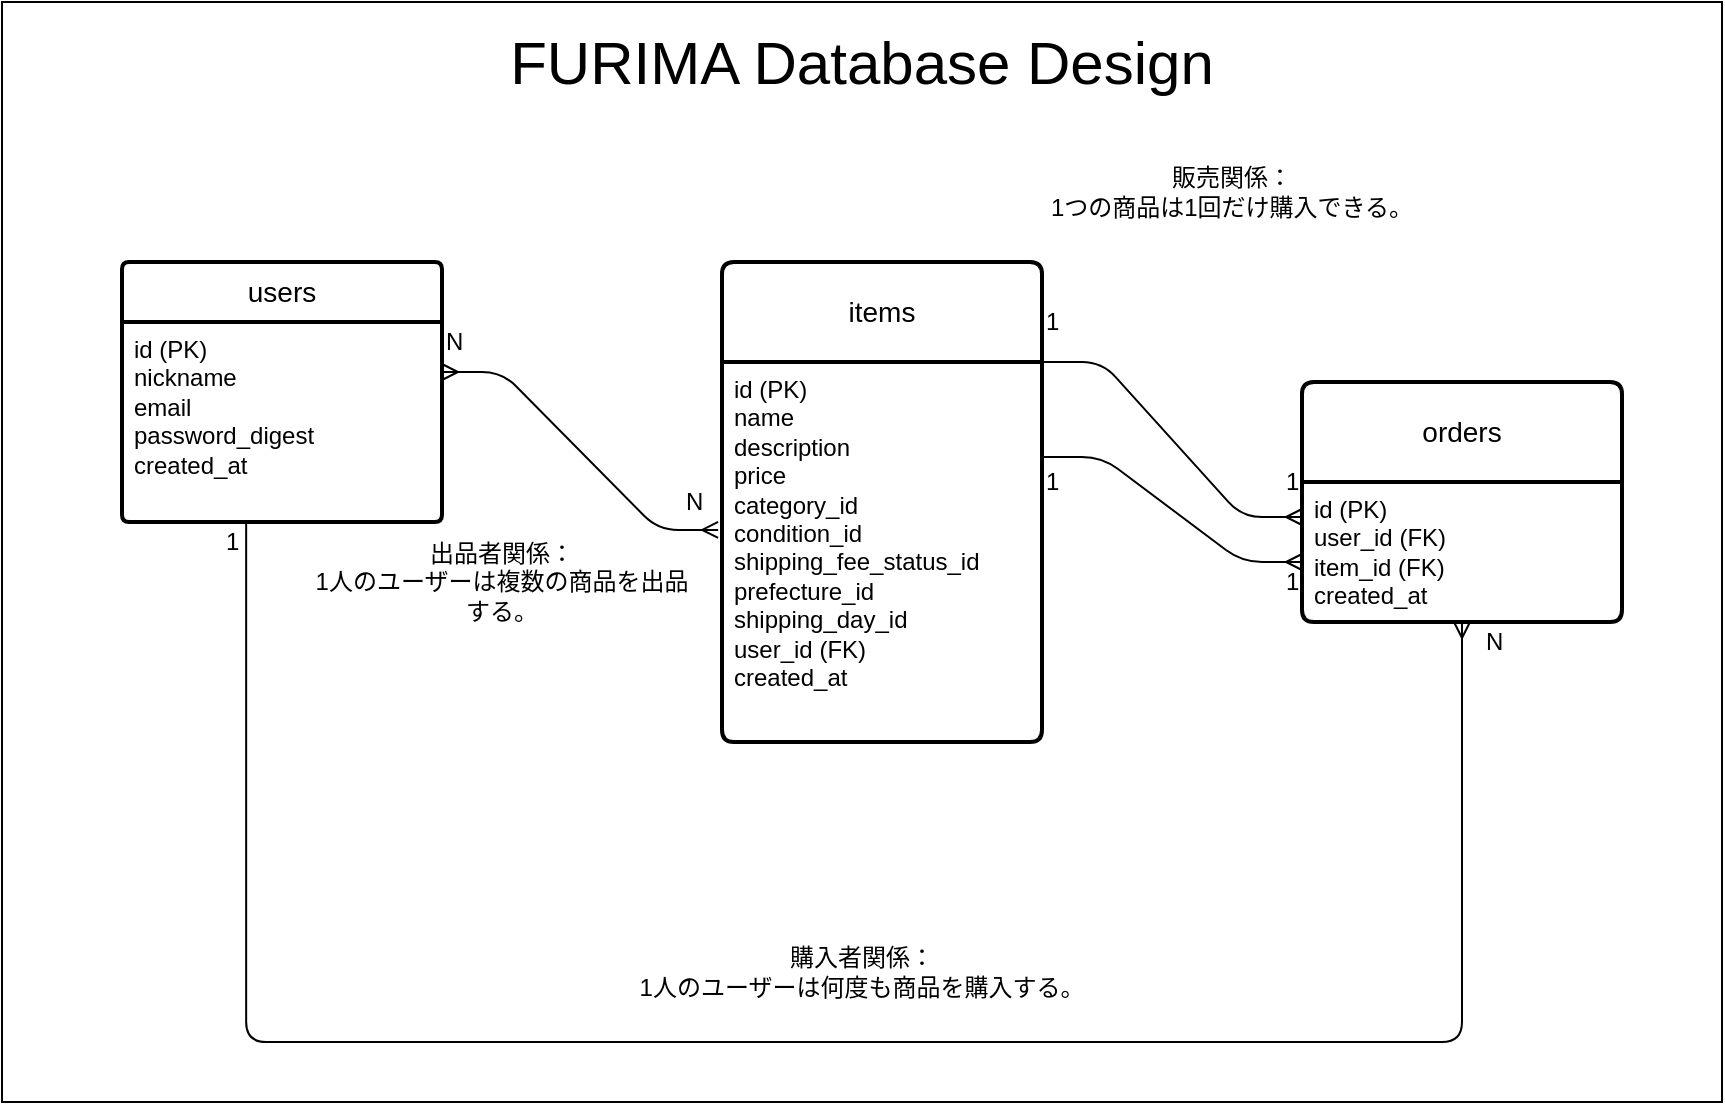
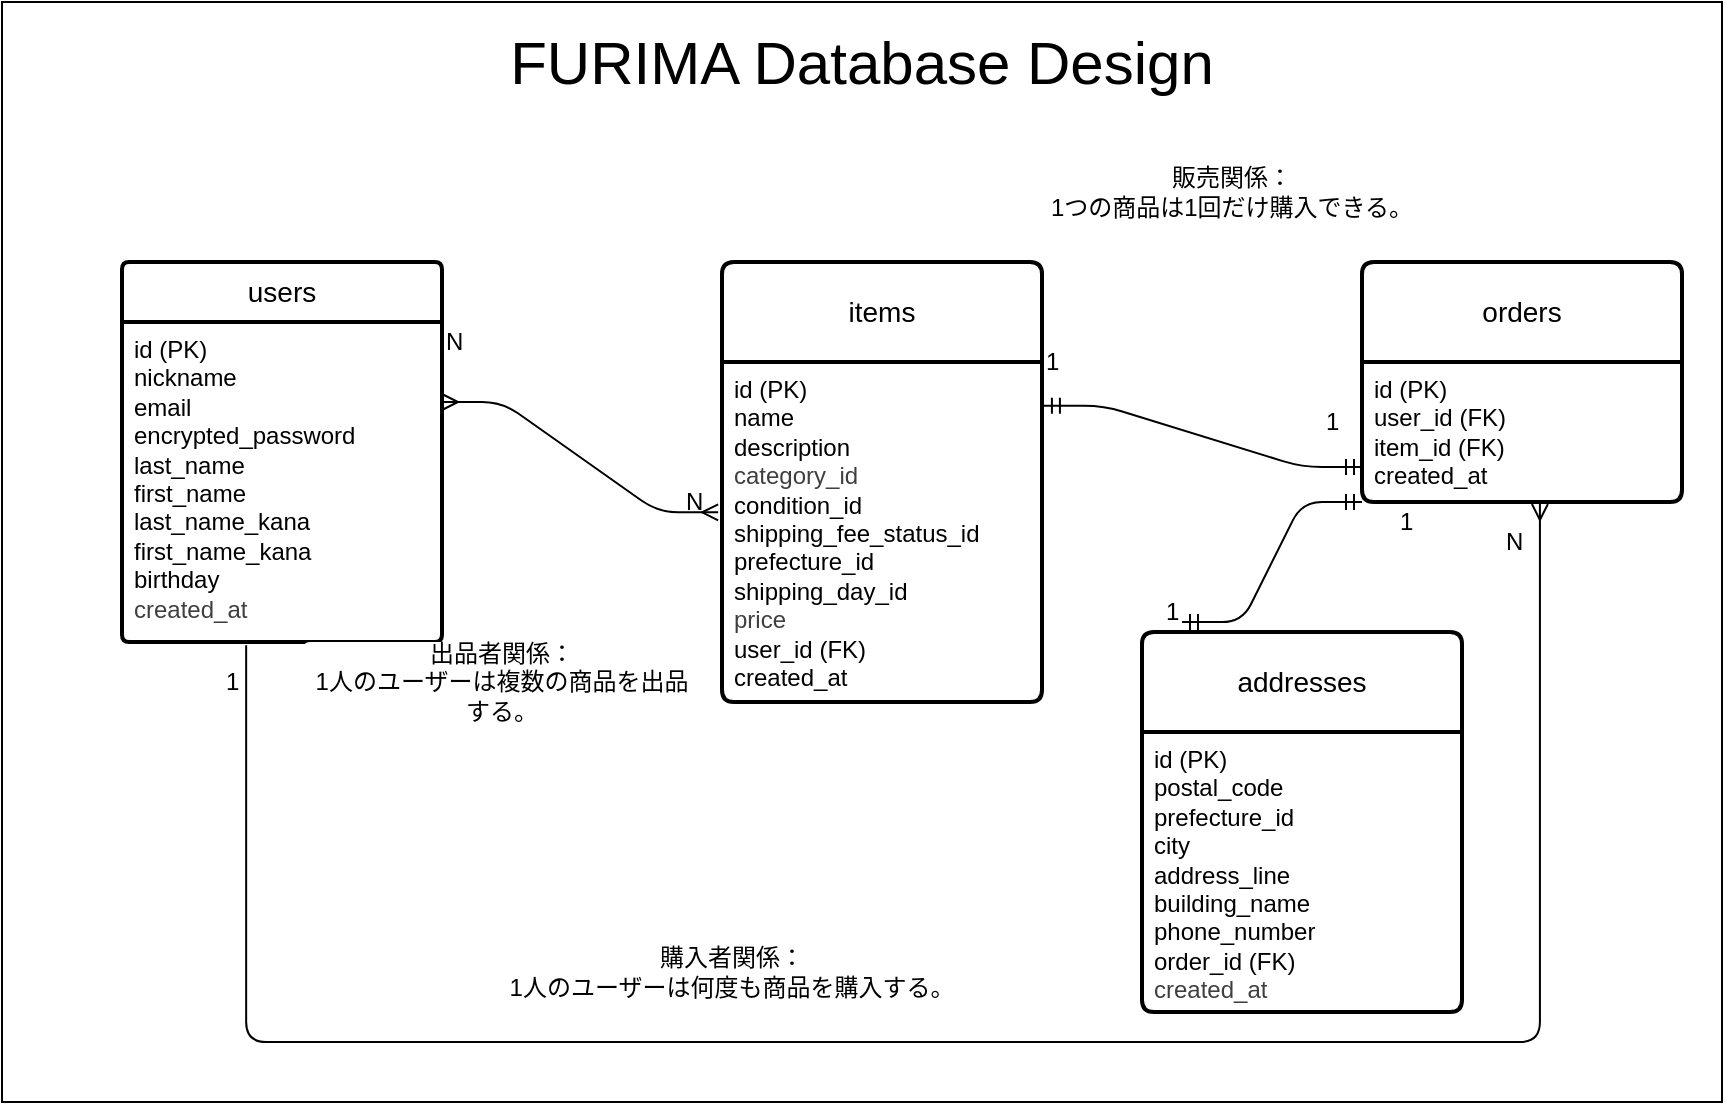
<mxfile host="65bd71144e">
    <diagram id="xqe5bBrrlkphKSAcc-Df" name="페이지-1">
-         <mxGraphModel dx="1147" dy="714" grid="1" gridSize="10" guides="1" tooltips="1" connect="1" arrows="1" fold="1" page="1" pageScale="1" pageWidth="827" pageHeight="1169" math="0" shadow="0">
+         <mxGraphModel dx="575" dy="547" grid="1" gridSize="10" guides="1" tooltips="1" connect="1" arrows="1" fold="1" page="1" pageScale="1" pageWidth="827" pageHeight="1169" math="0" shadow="0">
            <root>
                <mxCell id="0"/>
                <mxCell id="1" parent="0"/>
-                 <mxCell id="41" value="&lt;font style=&quot;font-size: 30px;&quot;&gt;FURIMA Database Design&lt;/font&gt;&lt;div&gt;&lt;br&gt;&lt;/div&gt;&lt;div&gt;&lt;br&gt;&lt;/div&gt;&lt;div&gt;&lt;br&gt;&lt;/div&gt;&lt;div&gt;&lt;br&gt;&lt;/div&gt;&lt;div&gt;&lt;br&gt;&lt;/div&gt;&lt;div&gt;&lt;br&gt;&lt;/div&gt;&lt;div&gt;&lt;br&gt;&lt;/div&gt;&lt;div&gt;&lt;br&gt;&lt;/div&gt;&lt;div&gt;&lt;br&gt;&lt;/div&gt;&lt;div&gt;&lt;br&gt;&lt;/div&gt;&lt;div&gt;&lt;br&gt;&lt;/div&gt;&lt;div&gt;&lt;br&gt;&lt;/div&gt;&lt;div&gt;&lt;br&gt;&lt;/div&gt;&lt;div&gt;&lt;br&gt;&lt;/div&gt;&lt;div&gt;&lt;br&gt;&lt;/div&gt;&lt;div&gt;&lt;br&gt;&lt;/div&gt;&lt;div&gt;&lt;br&gt;&lt;/div&gt;&lt;div&gt;&lt;br&gt;&lt;/div&gt;&lt;div&gt;&lt;br&gt;&lt;/div&gt;&lt;div&gt;&lt;br&gt;&lt;/div&gt;&lt;div&gt;&lt;br&gt;&lt;/div&gt;&lt;div&gt;&lt;br&gt;&lt;/div&gt;&lt;div&gt;&lt;br&gt;&lt;/div&gt;&lt;div&gt;&lt;br&gt;&lt;/div&gt;&lt;div&gt;&lt;br&gt;&lt;/div&gt;&lt;div&gt;&lt;br&gt;&lt;/div&gt;&lt;div&gt;&lt;br&gt;&lt;/div&gt;&lt;div&gt;&lt;br&gt;&lt;/div&gt;&lt;div&gt;&lt;br&gt;&lt;/div&gt;&lt;div&gt;&lt;br&gt;&lt;/div&gt;&lt;div&gt;&lt;br&gt;&lt;/div&gt;&lt;div&gt;&lt;br&gt;&lt;/div&gt;&lt;div&gt;&lt;br&gt;&lt;/div&gt;&lt;div&gt;&lt;br&gt;&lt;/div&gt;" style="whiteSpace=wrap;html=1;align=center;" vertex="1" parent="1">
+                 <mxCell id="41" value="&lt;font style=&quot;font-size: 30px;&quot;&gt;FURIMA Database Design&lt;/font&gt;&lt;div&gt;&lt;br&gt;&lt;/div&gt;&lt;div&gt;&lt;br&gt;&lt;/div&gt;&lt;div&gt;&lt;br&gt;&lt;/div&gt;&lt;div&gt;&lt;br&gt;&lt;/div&gt;&lt;div&gt;&lt;br&gt;&lt;/div&gt;&lt;div&gt;&lt;br&gt;&lt;/div&gt;&lt;div&gt;&lt;br&gt;&lt;/div&gt;&lt;div&gt;&lt;br&gt;&lt;/div&gt;&lt;div&gt;&lt;br&gt;&lt;/div&gt;&lt;div&gt;&lt;br&gt;&lt;/div&gt;&lt;div&gt;&lt;br&gt;&lt;/div&gt;&lt;div&gt;&lt;br&gt;&lt;/div&gt;&lt;div&gt;&lt;br&gt;&lt;/div&gt;&lt;div&gt;&lt;br&gt;&lt;/div&gt;&lt;div&gt;&lt;br&gt;&lt;/div&gt;&lt;div&gt;&lt;br&gt;&lt;/div&gt;&lt;div&gt;&lt;br&gt;&lt;/div&gt;&lt;div&gt;&lt;br&gt;&lt;/div&gt;&lt;div&gt;&lt;br&gt;&lt;/div&gt;&lt;div&gt;&lt;br&gt;&lt;/div&gt;&lt;div&gt;&lt;br&gt;&lt;/div&gt;&lt;div&gt;&lt;br&gt;&lt;/div&gt;&lt;div&gt;&lt;br&gt;&lt;/div&gt;&lt;div&gt;&lt;br&gt;&lt;/div&gt;&lt;div&gt;&lt;br&gt;&lt;/div&gt;&lt;div&gt;&lt;br&gt;&lt;/div&gt;&lt;div&gt;&lt;br&gt;&lt;/div&gt;&lt;div&gt;&lt;br&gt;&lt;/div&gt;&lt;div&gt;&lt;br&gt;&lt;/div&gt;&lt;div&gt;&lt;br&gt;&lt;/div&gt;&lt;div&gt;&lt;br&gt;&lt;/div&gt;&lt;div&gt;&lt;br&gt;&lt;/div&gt;&lt;div&gt;&lt;br&gt;&lt;/div&gt;&lt;div&gt;&lt;br&gt;&lt;/div&gt;" style="whiteSpace=wrap;html=1;align=center;" parent="1" vertex="1">
                    <mxGeometry x="120" y="80" width="860" height="550" as="geometry"/>
                </mxCell>
-                 <mxCell id="93" value="users" style="swimlane;childLayout=stackLayout;horizontal=1;startSize=30;horizontalStack=0;rounded=1;fontSize=14;fontStyle=0;strokeWidth=2;resizeParent=0;resizeLast=1;shadow=0;dashed=0;align=center;arcSize=4;whiteSpace=wrap;html=1;" vertex="1" parent="1">
-                     <mxGeometry x="180" y="210" width="160" height="130" as="geometry">
+                 <mxCell id="93" value="users" style="swimlane;childLayout=stackLayout;horizontal=1;startSize=30;horizontalStack=0;rounded=1;fontSize=14;fontStyle=0;strokeWidth=2;resizeParent=0;resizeLast=1;shadow=0;dashed=0;align=center;arcSize=4;whiteSpace=wrap;html=1;" parent="1" vertex="1">
+                     <mxGeometry x="180" y="210" width="160" height="190" as="geometry">
                        <mxRectangle x="180" y="210" width="70" height="30" as="alternateBounds"/>
                    </mxGeometry>
                </mxCell>
-                 <mxCell id="94" value="id (PK)&lt;div&gt;nickname&lt;/div&gt;&lt;div&gt;email&lt;/div&gt;&lt;div&gt;password_digest&lt;/div&gt;&lt;div&gt;created_at&lt;/div&gt;" style="align=left;strokeColor=none;fillColor=none;spacingLeft=4;fontSize=12;verticalAlign=top;resizable=0;rotatable=0;part=1;html=1;" vertex="1" parent="93">
-                     <mxGeometry y="30" width="160" height="100" as="geometry"/>
+                 <mxCell id="94" value="id (PK)&lt;div&gt;nickname&lt;/div&gt;&lt;div&gt;email&lt;/div&gt;&lt;div&gt;encrypted_password&lt;/div&gt;&lt;div&gt;last_name&lt;/div&gt;&lt;div&gt;first_name&lt;/div&gt;&lt;div&gt;last_name_kana&lt;/div&gt;&lt;div&gt;first_name_kana&lt;/div&gt;&lt;div&gt;birthday&lt;/div&gt;&lt;div&gt;&lt;span style=&quot;color: rgb(63, 63, 63);&quot;&gt;created_at&lt;/span&gt;&lt;/div&gt;" style="align=left;strokeColor=none;fillColor=none;spacingLeft=4;fontSize=12;verticalAlign=top;resizable=0;rotatable=0;part=1;html=1;" parent="93" vertex="1">
+                     <mxGeometry y="30" width="160" height="160" as="geometry"/>
                </mxCell>
-                 <mxCell id="95" value="items" style="swimlane;childLayout=stackLayout;horizontal=1;startSize=50;horizontalStack=0;rounded=1;fontSize=14;fontStyle=0;strokeWidth=2;resizeParent=0;resizeLast=1;shadow=0;dashed=0;align=center;arcSize=4;whiteSpace=wrap;html=1;" vertex="1" parent="1">
-                     <mxGeometry x="480" y="210" width="160" height="240" as="geometry"/>
+                 <mxCell id="95" value="items" style="swimlane;childLayout=stackLayout;horizontal=1;startSize=50;horizontalStack=0;rounded=1;fontSize=14;fontStyle=0;strokeWidth=2;resizeParent=0;resizeLast=1;shadow=0;dashed=0;align=center;arcSize=4;whiteSpace=wrap;html=1;" parent="1" vertex="1">
+                     <mxGeometry x="480" y="210" width="160" height="220" as="geometry"/>
                </mxCell>
-                 <mxCell id="96" value="id (PK)&lt;div&gt;name&lt;/div&gt;&lt;div&gt;description&lt;/div&gt;&lt;div&gt;price&lt;/div&gt;&lt;div&gt;category_id&lt;/div&gt;&lt;div&gt;condition_id&lt;/div&gt;&lt;div&gt;shipping_fee_status_id&lt;/div&gt;&lt;div&gt;prefecture_id&lt;/div&gt;&lt;div&gt;shipping_day_id&lt;/div&gt;&lt;div&gt;user_id (FK)&lt;/div&gt;&lt;div&gt;created_at&lt;/div&gt;" style="align=left;strokeColor=none;fillColor=none;spacingLeft=4;fontSize=12;verticalAlign=top;resizable=0;rotatable=0;part=1;html=1;" vertex="1" parent="95">
-                     <mxGeometry y="50" width="160" height="190" as="geometry"/>
+                 <mxCell id="96" value="id (PK)&lt;div&gt;name&lt;/div&gt;&lt;div&gt;description&lt;/div&gt;&lt;div&gt;&lt;span style=&quot;color: rgb(63, 63, 63); background-color: transparent;&quot;&gt;category_id&lt;/span&gt;&lt;/div&gt;&lt;div&gt;condition_id&lt;/div&gt;&lt;div&gt;shipping_fee_status_id&lt;/div&gt;&lt;div&gt;prefecture_id&lt;/div&gt;&lt;div&gt;shipping_day_id&lt;/div&gt;&lt;div&gt;&lt;div style=&quot;color: rgb(63, 63, 63); scrollbar-color: rgb(226, 226, 226) rgb(251, 251, 251);&quot;&gt;price&lt;/div&gt;&lt;/div&gt;&lt;div&gt;user_id (FK)&lt;/div&gt;&lt;div&gt;created_at&lt;/div&gt;" style="align=left;strokeColor=none;fillColor=none;spacingLeft=4;fontSize=12;verticalAlign=top;resizable=0;rotatable=0;part=1;html=1;" parent="95" vertex="1">
+                     <mxGeometry y="50" width="160" height="170" as="geometry"/>
                </mxCell>
-                 <mxCell id="101" value="orders" style="swimlane;childLayout=stackLayout;horizontal=1;startSize=50;horizontalStack=0;rounded=1;fontSize=14;fontStyle=0;strokeWidth=2;resizeParent=0;resizeLast=1;shadow=0;dashed=0;align=center;arcSize=4;whiteSpace=wrap;html=1;" vertex="1" parent="1">
-                     <mxGeometry x="770" y="270" width="160" height="120" as="geometry"/>
+                 <mxCell id="101" value="orders" style="swimlane;childLayout=stackLayout;horizontal=1;startSize=50;horizontalStack=0;rounded=1;fontSize=14;fontStyle=0;strokeWidth=2;resizeParent=0;resizeLast=1;shadow=0;dashed=0;align=center;arcSize=4;whiteSpace=wrap;html=1;" parent="1" vertex="1">
+                     <mxGeometry x="800" y="210" width="160" height="120" as="geometry"/>
                </mxCell>
-                 <mxCell id="102" value="id (PK)&lt;div&gt;user_id (FK)&lt;br&gt;item_id (FK)&lt;br&gt;created_at&lt;/div&gt;" style="align=left;strokeColor=none;fillColor=none;spacingLeft=4;fontSize=12;verticalAlign=top;resizable=0;rotatable=0;part=1;html=1;" vertex="1" parent="101">
+                 <mxCell id="102" value="id (PK)&lt;div&gt;user_id (FK)&lt;br&gt;item_id (FK)&lt;br&gt;created_at&lt;/div&gt;" style="align=left;strokeColor=none;fillColor=none;spacingLeft=4;fontSize=12;verticalAlign=top;resizable=0;rotatable=0;part=1;html=1;" parent="101" vertex="1">
                    <mxGeometry y="50" width="160" height="70" as="geometry"/>
                </mxCell>
-                 <mxCell id="104" value="" style="edgeStyle=entityRelationEdgeStyle;fontSize=12;html=1;endArrow=ERmany;entryX=0;entryY=0.25;entryDx=0;entryDy=0;exitX=1;exitY=0;exitDx=0;exitDy=0;" edge="1" parent="1" source="96" target="102">
-                     <mxGeometry width="100" height="100" relative="1" as="geometry">
-                         <mxPoint x="460" y="370" as="sourcePoint"/>
-                         <mxPoint x="560" y="270" as="targetPoint"/>
-                     </mxGeometry>
-                 </mxCell>
-                 <mxCell id="106" value="" style="edgeStyle=entityRelationEdgeStyle;fontSize=12;html=1;endArrow=ERmany;entryX=0;entryY=0.75;entryDx=0;entryDy=0;exitX=1;exitY=0.25;exitDx=0;exitDy=0;" edge="1" parent="1" source="96" target="101">
-                     <mxGeometry width="100" height="100" relative="1" as="geometry">
-                         <mxPoint x="460" y="370" as="sourcePoint"/>
-                         <mxPoint x="560" y="270" as="targetPoint"/>
-                     </mxGeometry>
-                 </mxCell>
-                 <mxCell id="108" value="" style="edgeStyle=entityRelationEdgeStyle;fontSize=12;html=1;endArrow=ERmany;startArrow=ERmany;exitX=1;exitY=0.25;exitDx=0;exitDy=0;entryX=-0.012;entryY=0.442;entryDx=0;entryDy=0;entryPerimeter=0;" edge="1" parent="1" source="94" target="96">
+                 <mxCell id="108" value="" style="edgeStyle=entityRelationEdgeStyle;fontSize=12;html=1;endArrow=ERmany;startArrow=ERmany;exitX=1;exitY=0.25;exitDx=0;exitDy=0;entryX=-0.012;entryY=0.442;entryDx=0;entryDy=0;entryPerimeter=0;" parent="1" source="94" target="96" edge="1">
                    <mxGeometry width="100" height="100" relative="1" as="geometry">
                        <mxPoint x="460" y="490" as="sourcePoint"/>
                        <mxPoint x="482" y="290" as="targetPoint"/>
                    </mxGeometry>
                </mxCell>
-                 <mxCell id="115" value="" style="edgeStyle=elbowEdgeStyle;fontSize=12;html=1;endArrow=ERmany;movable=1;resizable=1;rotatable=1;deletable=1;editable=1;locked=0;connectable=1;elbow=vertical;entryX=0.5;entryY=1;entryDx=0;entryDy=0;exitX=0.388;exitY=1.01;exitDx=0;exitDy=0;exitPerimeter=0;" edge="1" parent="1" source="94" target="102">
+                 <mxCell id="115" value="" style="edgeStyle=elbowEdgeStyle;fontSize=12;html=1;endArrow=ERmany;movable=1;resizable=1;rotatable=1;deletable=1;editable=1;locked=0;connectable=1;elbow=vertical;entryX=0.556;entryY=1.014;entryDx=0;entryDy=0;exitX=0.388;exitY=1.01;exitDx=0;exitDy=0;exitPerimeter=0;entryPerimeter=0;" parent="1" source="94" target="102" edge="1">
                    <mxGeometry width="100" height="100" relative="1" as="geometry">
                        <mxPoint x="230" y="570" as="sourcePoint"/>
                        <mxPoint x="870" y="500" as="targetPoint"/>
                        <Array as="points">
                            <mxPoint x="550" y="600"/>
                        </Array>
                    </mxGeometry>
                </mxCell>
-                 <mxCell id="116" value="&lt;div&gt;&lt;font color=&quot;#000000&quot;&gt;販売関係：&lt;/font&gt;&lt;/div&gt;&lt;div&gt;&lt;font color=&quot;#000000&quot;&gt;1つの商品は1回だけ購入できる。&lt;/font&gt;&lt;/div&gt;" style="rounded=1;arcSize=10;whiteSpace=wrap;html=1;align=center;strokeColor=#FFFFFF;" vertex="1" parent="1">
+                 <mxCell id="116" value="&lt;div&gt;&lt;font color=&quot;#000000&quot;&gt;販売関係：&lt;/font&gt;&lt;/div&gt;&lt;div&gt;&lt;font color=&quot;#000000&quot;&gt;1つの商品は1回だけ購入できる。&lt;/font&gt;&lt;/div&gt;" style="rounded=1;arcSize=10;whiteSpace=wrap;html=1;align=center;strokeColor=#FFFFFF;" parent="1" vertex="1">
                    <mxGeometry x="620" y="150" width="230" height="50" as="geometry"/>
                </mxCell>
-                 <mxCell id="117" value="&lt;div&gt;&lt;font color=&quot;#000000&quot;&gt;出品者関係：&lt;/font&gt;&lt;/div&gt;&lt;div&gt;&lt;font color=&quot;#000000&quot;&gt;1人のユーザーは複数の商品を出品する。&lt;/font&gt;&lt;/div&gt;" style="rounded=1;arcSize=10;whiteSpace=wrap;html=1;align=center;strokeColor=none;" vertex="1" parent="1">
-                     <mxGeometry x="270" y="350" width="200" height="40" as="geometry"/>
+                 <mxCell id="117" value="&lt;div&gt;&lt;font color=&quot;#000000&quot;&gt;出品者関係：&lt;/font&gt;&lt;/div&gt;&lt;div&gt;&lt;font color=&quot;#000000&quot;&gt;1人のユーザーは複数の商品を出品する。&lt;/font&gt;&lt;/div&gt;" style="rounded=1;arcSize=10;whiteSpace=wrap;html=1;align=center;strokeColor=none;" parent="1" vertex="1">
+                     <mxGeometry x="270" y="400" width="200" height="40" as="geometry"/>
                </mxCell>
-                 <mxCell id="118" value="&lt;div&gt;&lt;font color=&quot;#000000&quot;&gt;購入者関係：&lt;/font&gt;&lt;/div&gt;&lt;div&gt;&lt;font color=&quot;#000000&quot;&gt;1人のユーザーは何度も商品を購入する。&lt;/font&gt;&lt;/div&gt;" style="rounded=1;arcSize=10;whiteSpace=wrap;html=1;align=center;strokeColor=none;" vertex="1" parent="1">
-                     <mxGeometry x="395" y="545" width="310" height="40" as="geometry"/>
+                 <mxCell id="118" value="&lt;div&gt;&lt;font color=&quot;#000000&quot;&gt;購入者関係：&lt;/font&gt;&lt;/div&gt;&lt;div&gt;&lt;font color=&quot;#000000&quot;&gt;1人のユーザーは何度も商品を購入する。&lt;/font&gt;&lt;/div&gt;" style="rounded=1;arcSize=10;whiteSpace=wrap;html=1;align=center;strokeColor=none;" parent="1" vertex="1">
+                     <mxGeometry x="330" y="545" width="310" height="40" as="geometry"/>
                </mxCell>
-                 <mxCell id="120" value="N" style="text;strokeColor=none;fillColor=none;html=1;whiteSpace=wrap;verticalAlign=middle;overflow=hidden;" vertex="1" parent="1">
+                 <mxCell id="120" value="N" style="text;strokeColor=none;fillColor=none;html=1;whiteSpace=wrap;verticalAlign=middle;overflow=hidden;" parent="1" vertex="1">
                    <mxGeometry x="340" y="240" width="10" height="20" as="geometry"/>
                </mxCell>
-                 <mxCell id="121" value="N" style="text;strokeColor=none;fillColor=none;html=1;whiteSpace=wrap;verticalAlign=middle;overflow=hidden;" vertex="1" parent="1">
+                 <mxCell id="121" value="N" style="text;strokeColor=none;fillColor=none;html=1;whiteSpace=wrap;verticalAlign=middle;overflow=hidden;" parent="1" vertex="1">
                    <mxGeometry x="460" y="320" width="10" height="20" as="geometry"/>
                </mxCell>
-                 <mxCell id="122" value="N" style="text;strokeColor=none;fillColor=none;html=1;whiteSpace=wrap;verticalAlign=middle;overflow=hidden;" vertex="1" parent="1">
-                     <mxGeometry x="860" y="390" width="10" height="20" as="geometry"/>
+                 <mxCell id="122" value="N" style="text;strokeColor=none;fillColor=none;html=1;whiteSpace=wrap;verticalAlign=middle;overflow=hidden;" parent="1" vertex="1">
+                     <mxGeometry x="870" y="340" width="10" height="20" as="geometry"/>
                </mxCell>
-                 <mxCell id="123" value="1" style="text;strokeColor=none;fillColor=none;html=1;whiteSpace=wrap;verticalAlign=middle;overflow=hidden;" vertex="1" parent="1">
-                     <mxGeometry x="230" y="340" width="10" height="20" as="geometry"/>
+                 <mxCell id="123" value="1" style="text;strokeColor=none;fillColor=none;html=1;whiteSpace=wrap;verticalAlign=middle;overflow=hidden;" parent="1" vertex="1">
+                     <mxGeometry x="230" y="410" width="10" height="20" as="geometry"/>
                </mxCell>
-                 <mxCell id="124" value="1" style="text;strokeColor=none;fillColor=none;html=1;whiteSpace=wrap;verticalAlign=middle;overflow=hidden;" vertex="1" parent="1">
-                     <mxGeometry x="640" y="230" width="10" height="20" as="geometry"/>
+                 <mxCell id="124" value="1" style="text;strokeColor=none;fillColor=none;html=1;whiteSpace=wrap;verticalAlign=middle;overflow=hidden;" parent="1" vertex="1">
+                     <mxGeometry x="640" y="250" width="10" height="20" as="geometry"/>
                </mxCell>
-                 <mxCell id="125" value="1" style="text;strokeColor=none;fillColor=none;html=1;whiteSpace=wrap;verticalAlign=middle;overflow=hidden;" vertex="1" parent="1">
-                     <mxGeometry x="640" y="310" width="10" height="20" as="geometry"/>
+                 <mxCell id="125" value="1" style="text;strokeColor=none;fillColor=none;html=1;whiteSpace=wrap;verticalAlign=middle;overflow=hidden;" parent="1" vertex="1">
+                     <mxGeometry x="700" y="375" width="10" height="20" as="geometry"/>
                </mxCell>
-                 <mxCell id="126" value="1" style="text;strokeColor=none;fillColor=none;html=1;whiteSpace=wrap;verticalAlign=middle;overflow=hidden;" vertex="1" parent="1">
-                     <mxGeometry x="760" y="360" width="10" height="20" as="geometry"/>
+                 <mxCell id="126" value="1" style="text;strokeColor=none;fillColor=none;html=1;whiteSpace=wrap;verticalAlign=middle;overflow=hidden;" parent="1" vertex="1">
+                     <mxGeometry x="780" y="280" width="10" height="20" as="geometry"/>
                </mxCell>
-                 <mxCell id="127" value="1" style="text;strokeColor=none;fillColor=none;html=1;whiteSpace=wrap;verticalAlign=middle;overflow=hidden;" vertex="1" parent="1">
-                     <mxGeometry x="760" y="310" width="10" height="20" as="geometry"/>
+                 <mxCell id="127" value="1" style="text;strokeColor=none;fillColor=none;html=1;whiteSpace=wrap;verticalAlign=middle;overflow=hidden;" parent="1" vertex="1">
+                     <mxGeometry x="817" y="330" width="10" height="20" as="geometry"/>
+                 </mxCell>
+                 <mxCell id="128" value="addresses" style="swimlane;childLayout=stackLayout;horizontal=1;startSize=50;horizontalStack=0;rounded=1;fontSize=14;fontStyle=0;strokeWidth=2;resizeParent=0;resizeLast=1;shadow=0;dashed=0;align=center;arcSize=4;whiteSpace=wrap;html=1;" vertex="1" parent="1">
+                     <mxGeometry x="690" y="395" width="160" height="190" as="geometry"/>
+                 </mxCell>
+                 <mxCell id="129" value="&lt;div&gt;&lt;font color=&quot;#000000&quot;&gt;&lt;span style=&quot;color: rgb(0, 0, 0);&quot;&gt;id (PK)&lt;/span&gt;&lt;/font&gt;&lt;/div&gt;&lt;div&gt;&lt;font color=&quot;#000000&quot;&gt;postal_code&lt;/font&gt;&lt;/div&gt;&lt;div&gt;&lt;font color=&quot;#000000&quot;&gt;prefecture_id&lt;/font&gt;&lt;/div&gt;&lt;div&gt;&lt;font color=&quot;#000000&quot;&gt;city&lt;/font&gt;&lt;/div&gt;&lt;div&gt;&lt;font color=&quot;#000000&quot;&gt;address_line&lt;/font&gt;&lt;/div&gt;&lt;div&gt;&lt;font color=&quot;#000000&quot;&gt;building_name&lt;/font&gt;&lt;/div&gt;&lt;div&gt;&lt;font color=&quot;#000000&quot;&gt;phone_number&lt;/font&gt;&lt;/div&gt;&lt;div&gt;&lt;font color=&quot;#000000&quot;&gt;order_id (FK)&lt;/font&gt;&lt;/div&gt;&lt;div&gt;&lt;font color=&quot;#000000&quot;&gt;&lt;span style=&quot;color: rgb(63, 63, 63);&quot;&gt;created_at&lt;/span&gt;&lt;/font&gt;&lt;/div&gt;" style="align=left;strokeColor=none;fillColor=none;spacingLeft=4;fontSize=12;verticalAlign=top;resizable=0;rotatable=0;part=1;html=1;" vertex="1" parent="128">
+                     <mxGeometry y="50" width="160" height="140" as="geometry"/>
+                 </mxCell>
+                 <mxCell id="141" value="" style="edgeStyle=entityRelationEdgeStyle;fontSize=12;html=1;endArrow=ERmandOne;startArrow=ERmandOne;exitX=0.125;exitY=-0.026;exitDx=0;exitDy=0;entryX=0;entryY=1;entryDx=0;entryDy=0;exitPerimeter=0;" edge="1" parent="1" source="128" target="102">
+                     <mxGeometry width="100" height="100" relative="1" as="geometry">
+                         <mxPoint x="690" y="385" as="sourcePoint"/>
+                         <mxPoint x="760" y="320" as="targetPoint"/>
+                         <Array as="points">
+                             <mxPoint x="650" y="340"/>
+                             <mxPoint x="660" y="350"/>
+                             <mxPoint x="880" y="380"/>
+                         </Array>
+                     </mxGeometry>
+                 </mxCell>
+                 <mxCell id="142" value="" style="edgeStyle=entityRelationEdgeStyle;fontSize=12;html=1;endArrow=ERmandOne;startArrow=ERmandOne;entryX=0;entryY=0.75;entryDx=0;entryDy=0;exitX=1.006;exitY=0.129;exitDx=0;exitDy=0;exitPerimeter=0;" edge="1" parent="1" source="96" target="102">
+                     <mxGeometry width="100" height="100" relative="1" as="geometry">
+                         <mxPoint x="640" y="275" as="sourcePoint"/>
+                         <mxPoint x="800" y="265" as="targetPoint"/>
+                     </mxGeometry>
                </mxCell>
            </root>
        </mxGraphModel>
    </diagram>
</mxfile>